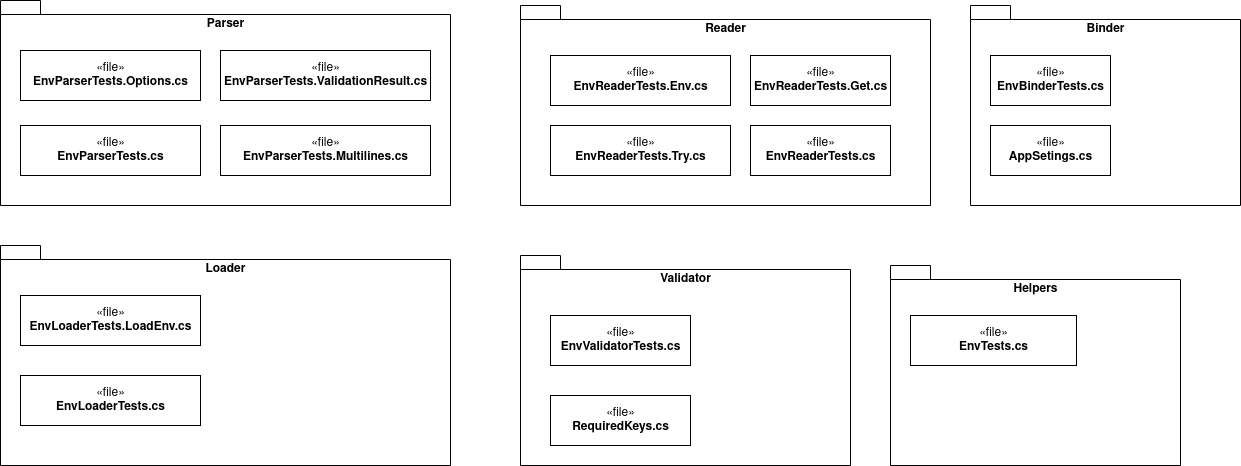
Before: docs/images/package-diagram-testproject.png, a diagram exported from draw.io (MrDave1999/dotenv.core). Source tidied: cells renumbered, new cells last; positions are measured from the earlier drawing's top-left corner, leaving out a move shared by most shapes.
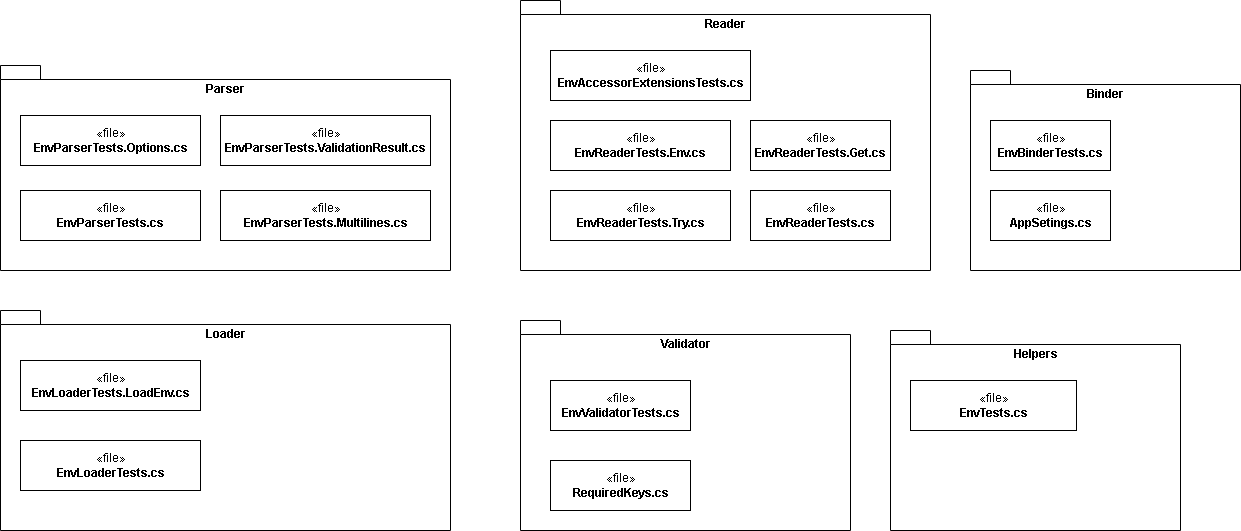
Later version of the same file.

Diff of the diagram source:
```diff
@@ -3,7 +3,7 @@
     <mxCell id="0" />
     <mxCell id="1" parent="0" />
     <mxCell id="2" value="Reader" style="shape=folder;fontStyle=1;spacingTop=10;tabWidth=40;tabHeight=14;tabPosition=left;html=1;verticalAlign=top;" parent="1" vertex="1">
-      <mxGeometry x="520" y="5" width="410" height="200" as="geometry" />
+      <mxGeometry x="520" y="-65" width="410" height="270" as="geometry" />
     </mxCell>
     <mxCell id="3" value="Validator" style="shape=folder;fontStyle=1;spacingTop=10;tabWidth=40;tabHeight=14;tabPosition=left;html=1;verticalAlign=top;" parent="1" vertex="1">
       <mxGeometry x="520" y="255" width="330" height="210" as="geometry" />
@@ -65,5 +65,8 @@
     <mxCell id="22" value="«file»&lt;br&gt;&lt;b&gt;EnvParserTests.Multilines.cs&lt;/b&gt;" style="html=1;" parent="1" vertex="1">
       <mxGeometry x="220" y="125" width="210" height="50" as="geometry" />
     </mxCell>
+    <mxCell id="23" value="«file»&lt;br&gt;&lt;b style=&quot;border-color: var(--border-color);&quot;&gt;EnvAccessorExtensionsTests.cs&lt;/b&gt;" style="html=1;" parent="1" vertex="1">
+      <mxGeometry x="550" y="-15" width="200" height="50" as="geometry" />
+    </mxCell>
   </root>
 </mxGraphModel>
```
